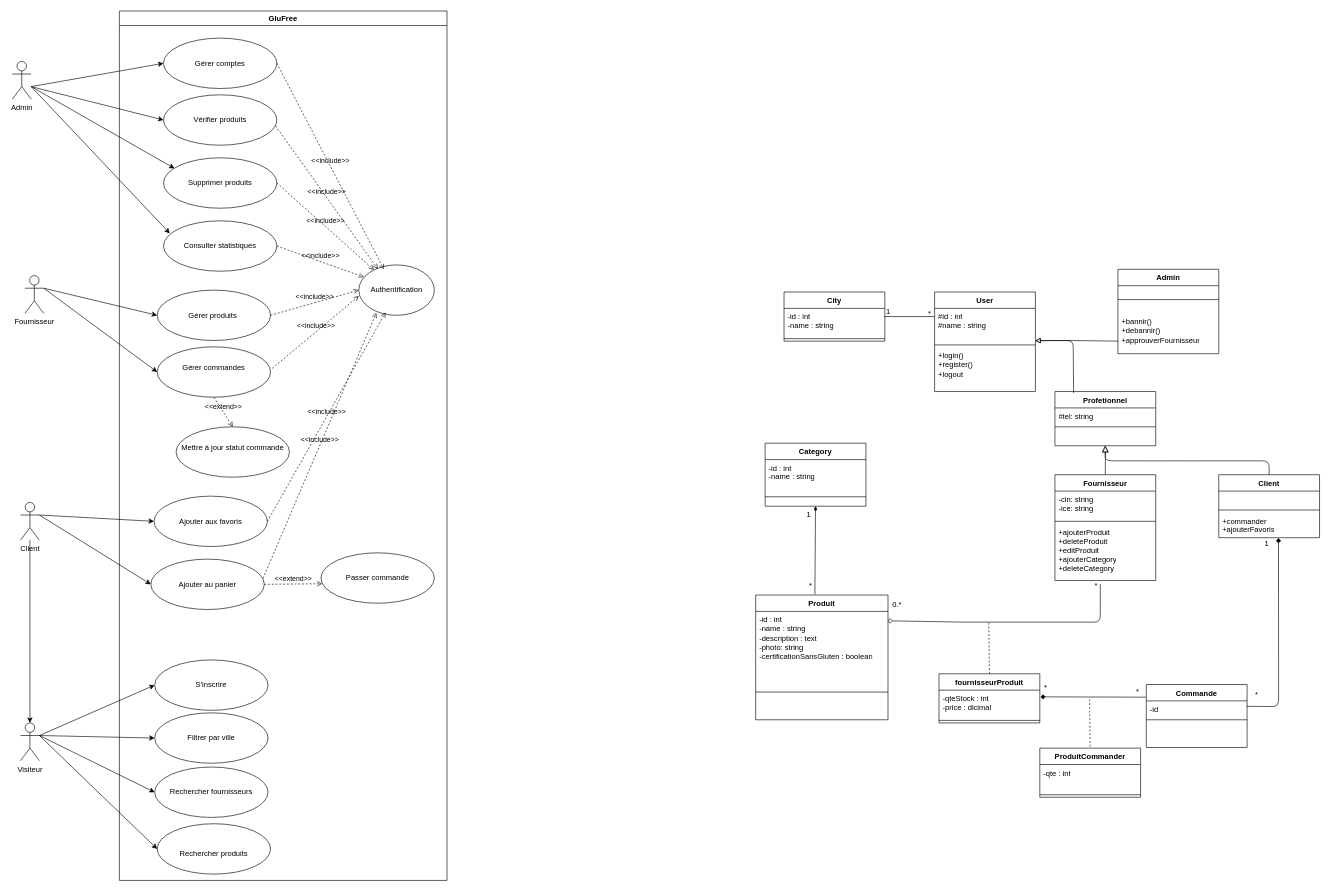
This is uml.drawio from safaacht/GluFree, a draw.io file, before an edit. Source tidied: cells renumbered, new cells numbered last; positions are measured from the earlier drawing's top-left corner, leaving out a move shared by most shapes. Both pictures are drawn from the tidied source at 63%, with x=0, y=0 at pixel (12, 11).
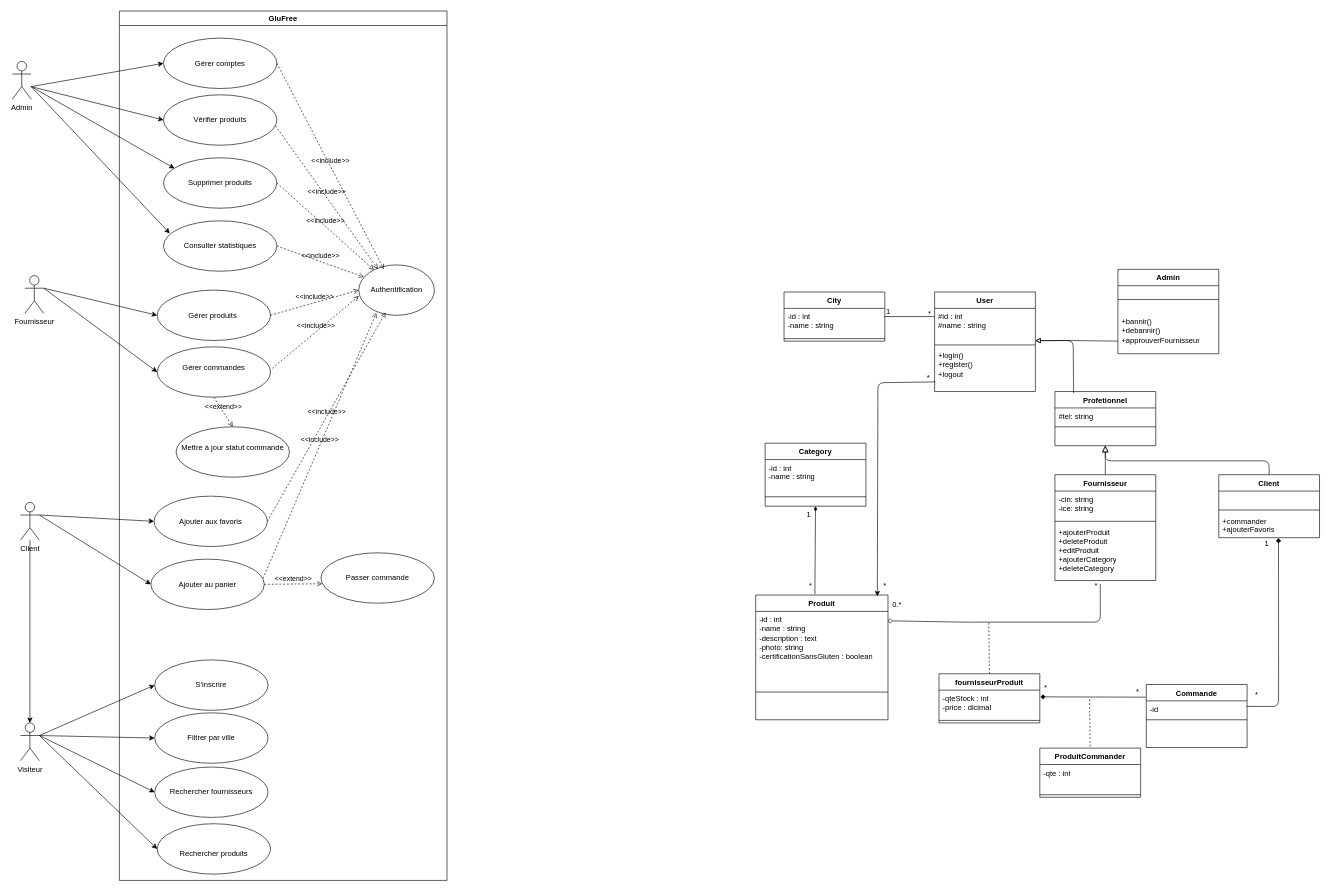
The same page after the edit.

Commit message:
Update UML diagram with layout adjustments and new relationships

Diff of the diagram source:
```diff
@@
+    <mxCell id="105" style="edgeStyle=none;html=1;exitX=0.046;exitY=0.781;exitDx=0;exitDy=0;exitPerimeter=0;entryX=0.948;entryY=0.01;entryDx=0;entryDy=0;entryPerimeter=0;" parent="1" edge="1">
+      <mxGeometry relative="1" as="geometry">
+        <mxPoint x="1465.4" y="588.7" as="sourcePoint" />
+        <mxPoint x="1373.1" y="929" as="targetPoint" />
+        <Array as="points">
+          <mxPoint x="1374" y="590" />
+        </Array>
+      </mxGeometry>
+    </mxCell>
+    <mxCell id="106" value="*" style="text;html=1;align=center;verticalAlign=middle;strokeColor=none;fillColor=none;" parent="1" vertex="1">
+      <mxGeometry x="1439" y="567" width="30" height="30" as="geometry" />
+    </mxCell>
+    <mxCell id="107" value="*" style="text;html=1;align=center;verticalAlign=middle;strokeColor=none;fillColor=none;" parent="1" vertex="1">
+      <mxGeometry x="1370" y="897" width="30" height="30" as="geometry" />
+    </mxCell>
```
